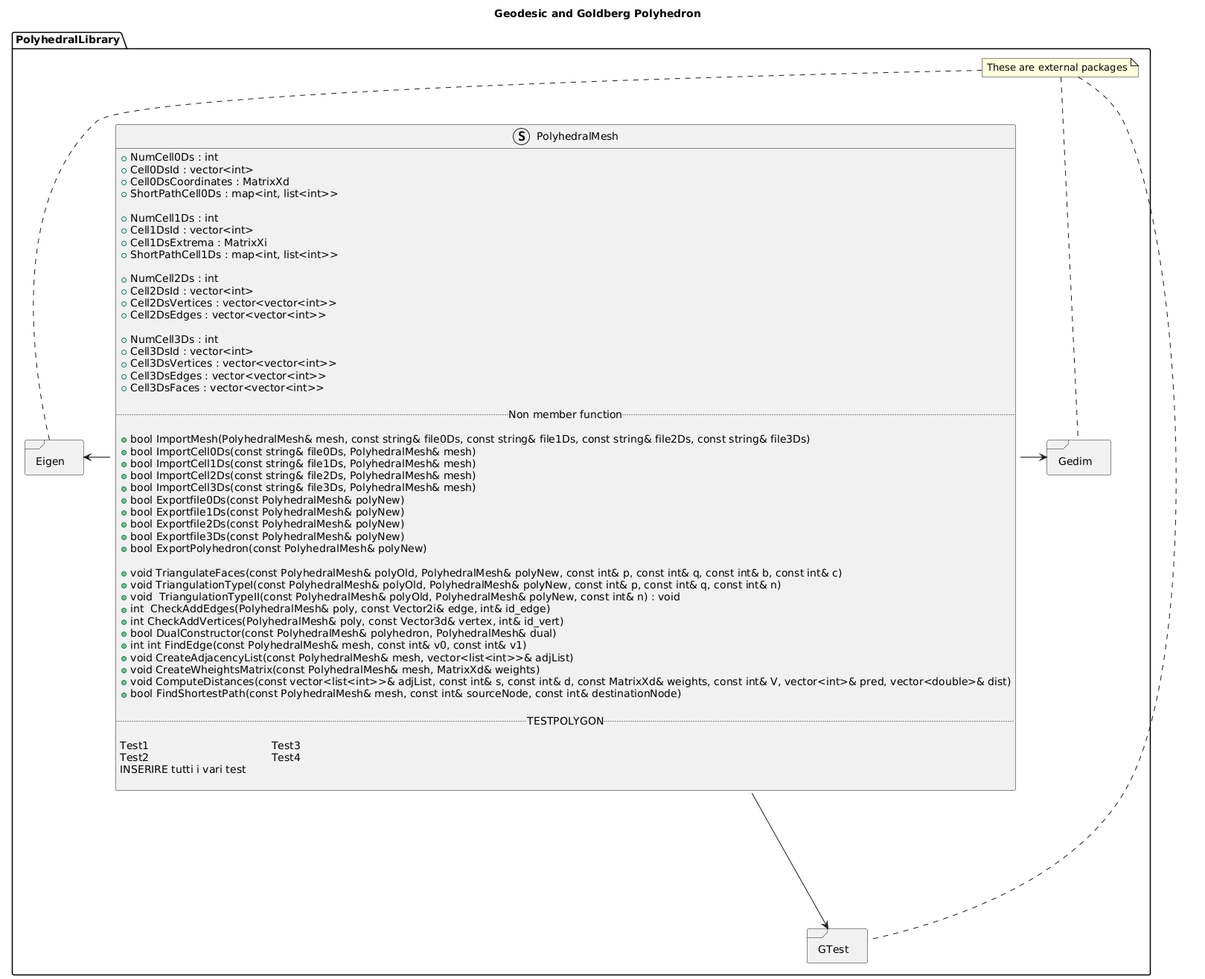
This is Documentation/PolyhedralMesh.png from Arianna2953/ProgettoPCS2025, a PlantUML export, as it was before one commit.
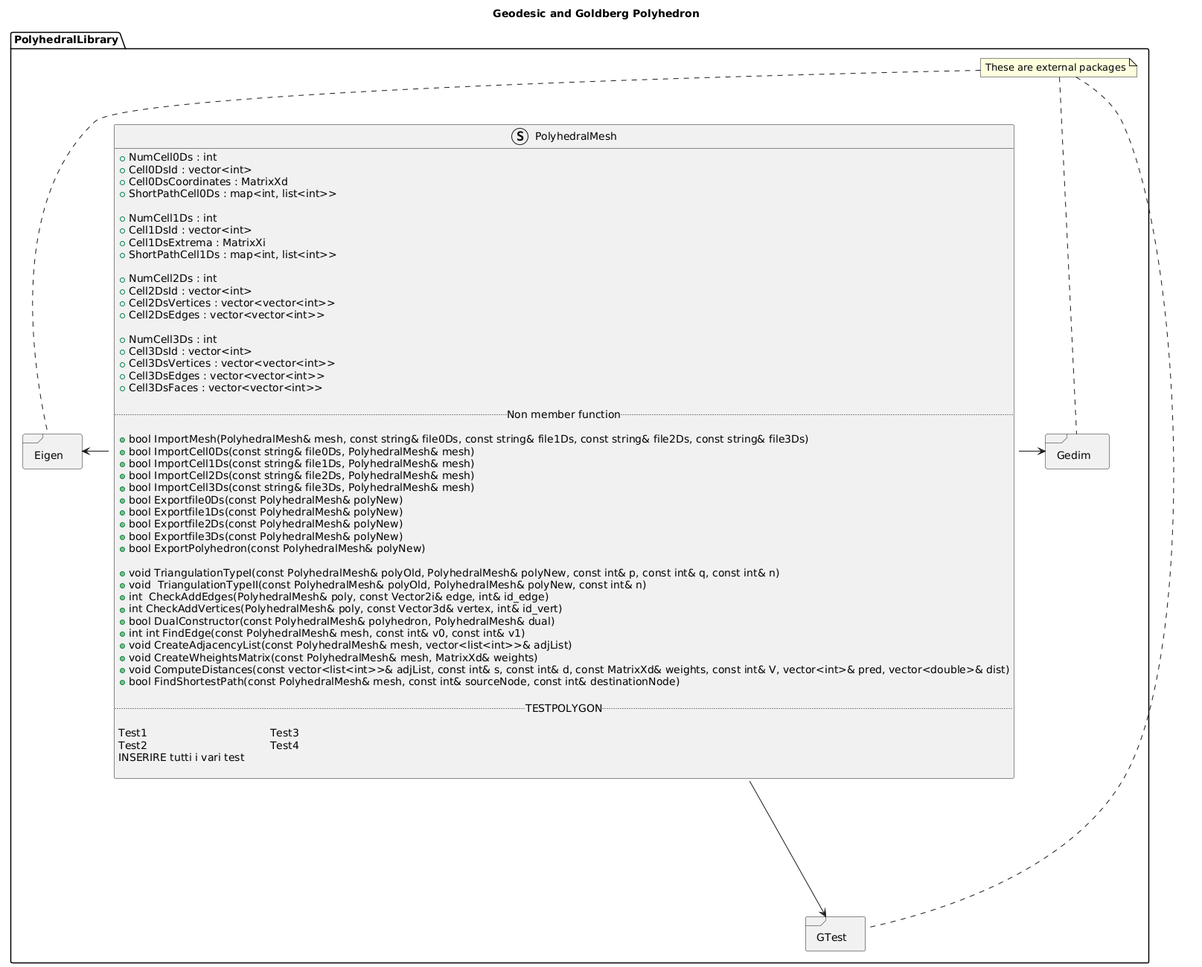
The same file after the commit.

Change to the diagram source:
```diff
@@ -39,9 +39,8 @@
       + bool Exportfile3Ds(const PolyhedralMesh& polyNew)
       + bool ExportPolyhedron(const PolyhedralMesh& polyNew)
 
-    + void TriangulateFaces(const PolyhedralMesh& polyOld, PolyhedralMesh& polyNew, const int& p, const int& q, const int& b, const int& c)
     + void TriangulationTypeI(const PolyhedralMesh& polyOld, PolyhedralMesh& polyNew, const int& p, const int& q, const int& n)
-    + void  TriangulationTypeII(const PolyhedralMesh& polyOld, PolyhedralMesh& polyNew, const int& n) : void
+    + void  TriangulationTypeII(const PolyhedralMesh& polyOld, PolyhedralMesh& polyNew, const int& n)
     + int  CheckAddEdges(PolyhedralMesh& poly, const Vector2i& edge, int& id_edge)
     + int CheckAddVertices(PolyhedralMesh& poly, const Vector3d& vertex, int& id_vert)
     + bool DualConstructor(const PolyhedralMesh& polyhedron, PolyhedralMesh& dual)
```
